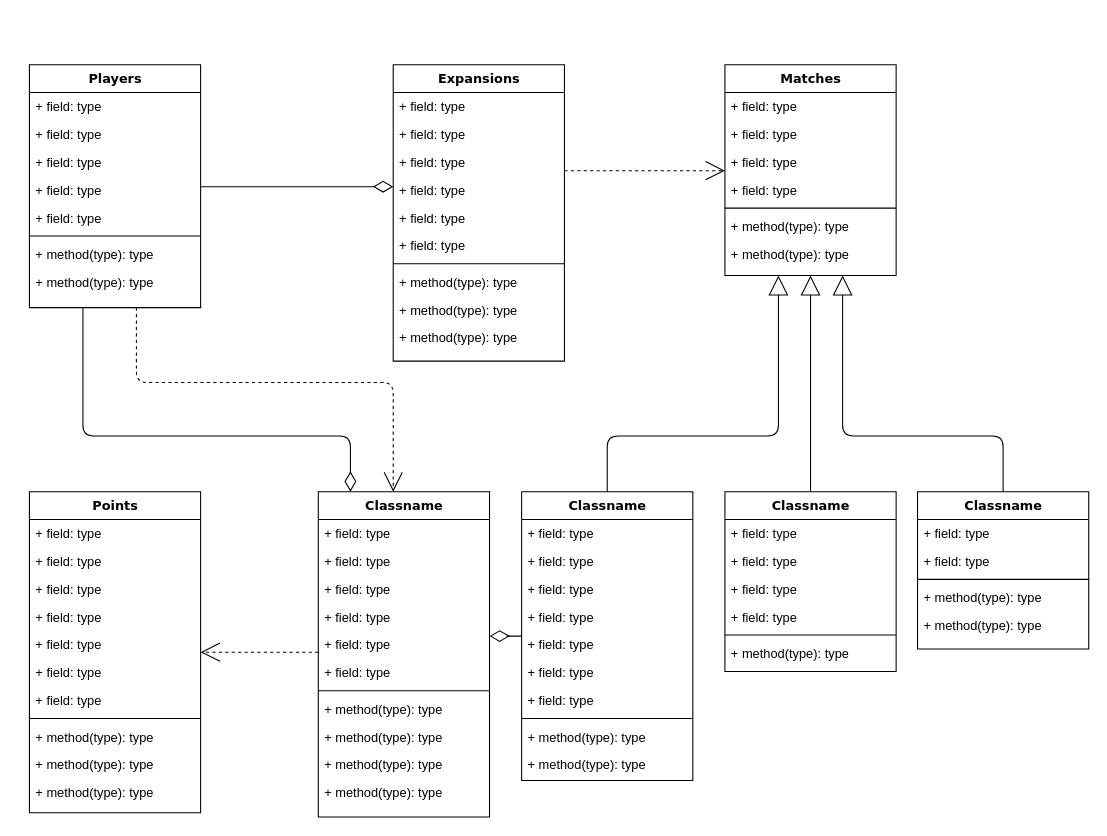
Earlier version of the draw.io diagram Diagrams/BaseDesign.drawio (oja89/BoardGameTracker). Source tidied: cells renumbered, new cells numbered last; positions are measured from the earlier drawing's top-left corner, leaving out a move shared by most shapes. Both pictures are drawn from the tidied source at 107%, with x=0, y=0 at pixel (29, 64).
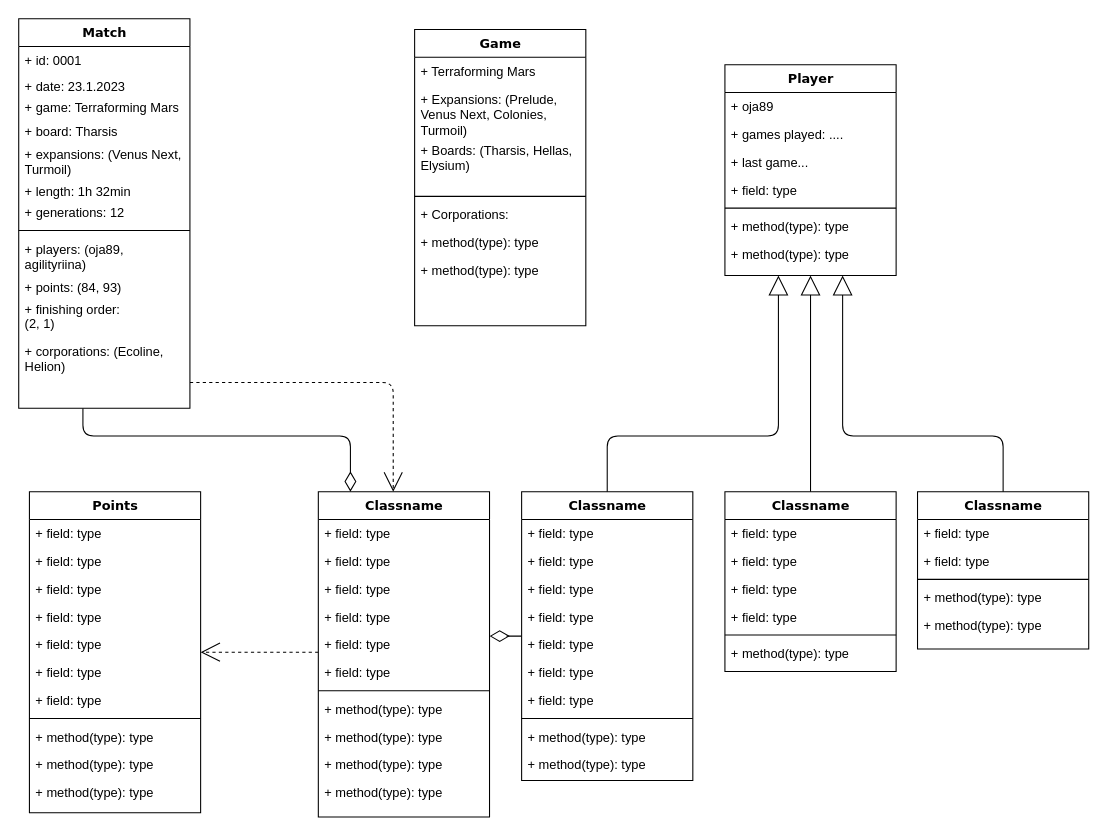
Above is the later version.

What changed in the source:
```diff
@@
-    <mxCell id="4" value="Players" style="swimlane;html=1;fontStyle=1;align=center;verticalAlign=top;horizontal=1;startSize=26;swimlaneFillColor=#ffffff;rounded=0;shadow=0;comic=0;labelBackgroundColor=none;strokeWidth=1;fillColor=none;fontFamily=Verdana;fontSize=12;" parent="1" vertex="1">
-      <mxGeometry width="160" height="227" as="geometry" />
+    <mxCell id="4" value="Match" style="swimlane;html=1;fontStyle=1;align=center;verticalAlign=top;horizontal=1;startSize=26;swimlaneFillColor=#ffffff;rounded=0;shadow=0;comic=0;labelBackgroundColor=none;strokeWidth=1;fillColor=none;fontFamily=Verdana;fontSize=12;" parent="1" vertex="1">
+      <mxGeometry x="-10" y="-43" width="160" height="364" as="geometry" />
     </mxCell>
-    <mxCell id="5" value="+ field: type" style="text;html=1;strokeColor=none;fillColor=none;align=left;verticalAlign=top;spacingLeft=4;spacingRight=4;whiteSpace=wrap;overflow=hidden;" parent="4" vertex="1">
-      <mxGeometry y="26" width="160" height="26" as="geometry" />
+    <mxCell id="5" value="+ id: 0001" style="text;html=1;strokeColor=none;fillColor=none;align=left;verticalAlign=top;spacingLeft=4;spacingRight=4;whiteSpace=wrap;overflow=hidden;" parent="4" vertex="1">
+      <mxGeometry y="26" width="160" height="24" as="geometry" />
     </mxCell>
-    <mxCell id="6" value="+ field: type" style="text;html=1;strokeColor=none;fillColor=none;align=left;verticalAlign=top;spacingLeft=4;spacingRight=4;whiteSpace=wrap;overflow=hidden;" parent="4" vertex="1">
-      <mxGeometry y="52" width="160" height="26" as="geometry" />
+    <mxCell id="6" value="+ date: 23.1.2023" style="text;html=1;strokeColor=none;fillColor=none;align=left;verticalAlign=top;spacingLeft=4;spacingRight=4;whiteSpace=wrap;overflow=hidden;" parent="4" vertex="1">
+      <mxGeometry y="50" width="160" height="20" as="geometry" />
     </mxCell>
-    <mxCell id="7" value="+ field: type" style="text;html=1;strokeColor=none;fillColor=none;align=left;verticalAlign=top;spacingLeft=4;spacingRight=4;whiteSpace=wrap;overflow=hidden;" parent="4" vertex="1">
-      <mxGeometry y="78" width="160" height="26" as="geometry" />
+    <mxCell id="7" value="+ game: Terraforming Mars" style="text;html=1;strokeColor=none;fillColor=none;align=left;verticalAlign=top;spacingLeft=4;spacingRight=4;whiteSpace=wrap;overflow=hidden;" parent="4" vertex="1">
+      <mxGeometry y="70" width="160" height="22" as="geometry" />
     </mxCell>
-    <mxCell id="8" value="+ field: type" style="text;html=1;strokeColor=none;fillColor=none;align=left;verticalAlign=top;spacingLeft=4;spacingRight=4;whiteSpace=wrap;overflow=hidden;" parent="4" vertex="1">
-      <mxGeometry y="104" width="160" height="26" as="geometry" />
-    </mxCell>
-    <mxCell id="9" value="+ field: type" style="text;html=1;strokeColor=none;fillColor=none;align=left;verticalAlign=top;spacingLeft=4;spacingRight=4;whiteSpace=wrap;overflow=hidden;" parent="4" vertex="1">
-      <mxGeometry y="130" width="160" height="26" as="geometry" />
-    </mxCell>
+    <mxCell id="12" value="&lt;div&gt;+ board: Tharsis&lt;/div&gt;" style="text;html=1;strokeColor=none;fillColor=none;align=left;verticalAlign=top;spacingLeft=4;spacingRight=4;whiteSpace=wrap;overflow=hidden;" parent="4" vertex="1">
+      <mxGeometry y="92" width="160" height="22" as="geometry" />
+    </mxCell>
+    <mxCell id="87" value="&lt;div&gt;+ expansions: (Venus Next, Turmoil)&lt;br&gt;&lt;/div&gt;" style="text;html=1;strokeColor=none;fillColor=none;align=left;verticalAlign=top;spacingLeft=4;spacingRight=4;whiteSpace=wrap;overflow=hidden;" parent="4" vertex="1">
+      <mxGeometry y="114" width="160" height="34" as="geometry" />
+    </mxCell>
+    <mxCell id="88" value="+ length: 1h 32min" style="text;html=1;strokeColor=none;fillColor=none;align=left;verticalAlign=top;spacingLeft=4;spacingRight=4;whiteSpace=wrap;overflow=hidden;" parent="4" vertex="1">
+      <mxGeometry y="148" width="160" height="20" as="geometry" />
+    </mxCell>
+    <mxCell id="89" value="&lt;div&gt;+ generations: 12&lt;br&gt;&lt;/div&gt;" style="text;html=1;strokeColor=none;fillColor=none;align=left;verticalAlign=top;spacingLeft=4;spacingRight=4;whiteSpace=wrap;overflow=hidden;" parent="4" vertex="1">
+      <mxGeometry y="168" width="160" height="26" as="geometry" />
+    </mxCell>
     <mxCell id="10" style="line;html=1;strokeWidth=1;fillColor=none;align=left;verticalAlign=middle;spacingTop=-1;spacingLeft=3;spacingRight=3;labelPosition=right;" parent="4" vertex="1">
-      <mxGeometry y="156" width="160" height="8" as="geometry" />
+      <mxGeometry y="194" width="160" height="8" as="geometry" />
     </mxCell>
-    <mxCell id="11" value="+ method(type): type" style="text;html=1;strokeColor=none;fillColor=none;align=left;verticalAlign=top;spacingLeft=4;spacingRight=4;whiteSpace=wrap;overflow=hidden;" parent="4" vertex="1">
-      <mxGeometry y="164" width="160" height="26" as="geometry" />
-    </mxCell>
-    <mxCell id="12" value="+ method(type): type" style="text;html=1;strokeColor=none;fillColor=none;align=left;verticalAlign=top;spacingLeft=4;spacingRight=4;whiteSpace=wrap;overflow=hidden;" parent="4" vertex="1">
-      <mxGeometry y="190" width="160" height="26" as="geometry" />
-    </mxCell>
-    <mxCell id="13" style="edgeStyle=elbowEdgeStyle;html=1;labelBackgroundColor=none;startFill=0;startSize=8;endArrow=open;endFill=0;endSize=16;fontFamily=Verdana;fontSize=12;elbow=vertical;dashed=1;" parent="1" edge="1" source="14" target="25">
-      <mxGeometry relative="1" as="geometry" />
-    </mxCell>
+    <mxCell id="90" value="+ players: (oja89, agilityriina)" style="text;html=1;strokeColor=none;fillColor=none;align=left;verticalAlign=top;spacingLeft=4;spacingRight=4;whiteSpace=wrap;overflow=hidden;" parent="4" vertex="1">
+      <mxGeometry y="202" width="160" height="36" as="geometry" />
+    </mxCell>
+    <mxCell id="91" value="+ points: (84, 93)" style="text;html=1;strokeColor=none;fillColor=none;align=left;verticalAlign=top;spacingLeft=4;spacingRight=4;whiteSpace=wrap;overflow=hidden;" parent="4" vertex="1">
+      <mxGeometry y="238" width="160" height="20" as="geometry" />
+    </mxCell>
+    <mxCell id="92" value="&lt;div&gt;+ finishing order:&lt;/div&gt;&lt;div&gt;(2, 1)&lt;br&gt;&lt;/div&gt;" style="text;html=1;strokeColor=none;fillColor=none;align=left;verticalAlign=top;spacingLeft=4;spacingRight=4;whiteSpace=wrap;overflow=hidden;" parent="4" vertex="1">
+      <mxGeometry y="258" width="160" height="40" as="geometry" />
+    </mxCell>
+    <mxCell id="93" value="+ corporations: (Ecoline, Helion)" style="text;html=1;strokeColor=none;fillColor=none;align=left;verticalAlign=top;spacingLeft=4;spacingRight=4;whiteSpace=wrap;overflow=hidden;" parent="4" vertex="1">
+      <mxGeometry y="298" width="160" height="40" as="geometry" />
+    </mxCell>
-    <mxCell id="14" value="Expansions" style="swimlane;html=1;fontStyle=1;align=center;verticalAlign=top;horizontal=1;startSize=26;swimlaneFillColor=#ffffff;rounded=0;shadow=0;comic=0;labelBackgroundColor=none;strokeWidth=1;fillColor=none;fontFamily=Verdana;fontSize=12;" parent="1" vertex="1">
-      <mxGeometry x="340" width="160" height="277" as="geometry" />
+    <mxCell id="14" value="Game" style="swimlane;html=1;fontStyle=1;align=center;verticalAlign=top;horizontal=1;startSize=26;swimlaneFillColor=#ffffff;rounded=0;shadow=0;comic=0;labelBackgroundColor=none;strokeWidth=1;fillColor=none;fontFamily=Verdana;fontSize=12;" parent="1" vertex="1">
+      <mxGeometry x="360" y="-33" width="160" height="277" as="geometry" />
     </mxCell>
-    <mxCell id="15" value="+ field: type" style="text;html=1;strokeColor=none;fillColor=none;align=left;verticalAlign=top;spacingLeft=4;spacingRight=4;whiteSpace=wrap;overflow=hidden;" parent="14" vertex="1">
+    <mxCell id="15" value="+ Terraforming Mars" style="text;html=1;strokeColor=none;fillColor=none;align=left;verticalAlign=top;spacingLeft=4;spacingRight=4;whiteSpace=wrap;overflow=hidden;" parent="14" vertex="1">
       <mxGeometry y="26" width="160" height="26" as="geometry" />
     </mxCell>
-    <mxCell id="16" value="+ field: type" style="text;html=1;strokeColor=none;fillColor=none;align=left;verticalAlign=top;spacingLeft=4;spacingRight=4;whiteSpace=wrap;overflow=hidden;" parent="14" vertex="1">
-      <mxGeometry y="52" width="160" height="26" as="geometry" />
+    <mxCell id="16" value="+ Expansions: (Prelude, Venus Next, Colonies, Turmoil)" style="text;html=1;strokeColor=none;fillColor=none;align=left;verticalAlign=top;spacingLeft=4;spacingRight=4;whiteSpace=wrap;overflow=hidden;" parent="14" vertex="1">
+      <mxGeometry y="52" width="160" height="48" as="geometry" />
     </mxCell>
-    <mxCell id="17" value="+ field: type" style="text;html=1;strokeColor=none;fillColor=none;align=left;verticalAlign=top;spacingLeft=4;spacingRight=4;whiteSpace=wrap;overflow=hidden;" parent="14" vertex="1">
-      <mxGeometry y="78" width="160" height="26" as="geometry" />
-    </mxCell>
-    <mxCell id="18" value="+ field: type" style="text;html=1;strokeColor=none;fillColor=none;align=left;verticalAlign=top;spacingLeft=4;spacingRight=4;whiteSpace=wrap;overflow=hidden;" parent="14" vertex="1">
-      <mxGeometry y="104" width="160" height="26" as="geometry" />
-    </mxCell>
-    <mxCell id="19" value="+ field: type" style="text;html=1;strokeColor=none;fillColor=none;align=left;verticalAlign=top;spacingLeft=4;spacingRight=4;whiteSpace=wrap;overflow=hidden;" parent="14" vertex="1">
-      <mxGeometry y="130" width="160" height="26" as="geometry" />
-    </mxCell>
-    <mxCell id="20" value="+ field: type" style="text;html=1;strokeColor=none;fillColor=none;align=left;verticalAlign=top;spacingLeft=4;spacingRight=4;whiteSpace=wrap;overflow=hidden;" parent="14" vertex="1">
-      <mxGeometry y="156" width="160" height="26" as="geometry" />
+    <mxCell id="20" value="+ Boards: (Tharsis, Hellas, Elysium)" style="text;html=1;strokeColor=none;fillColor=none;align=left;verticalAlign=top;spacingLeft=4;spacingRight=4;whiteSpace=wrap;overflow=hidden;" parent="14" vertex="1">
+      <mxGeometry y="100" width="160" height="52" as="geometry" />
     </mxCell>
     <mxCell id="21" style="line;html=1;strokeWidth=1;fillColor=none;align=left;verticalAlign=middle;spacingTop=-1;spacingLeft=3;spacingRight=3;labelPosition=right;" parent="14" vertex="1">
-      <mxGeometry y="182" width="160" height="8" as="geometry" />
+      <mxGeometry y="152" width="160" height="8" as="geometry" />
     </mxCell>
-    <mxCell id="22" value="+ method(type): type" style="text;html=1;strokeColor=none;fillColor=none;align=left;verticalAlign=top;spacingLeft=4;spacingRight=4;whiteSpace=wrap;overflow=hidden;" parent="14" vertex="1">
-      <mxGeometry y="190" width="160" height="26" as="geometry" />
+    <mxCell id="22" value="+ Corporations:" style="text;html=1;strokeColor=none;fillColor=none;align=left;verticalAlign=top;spacingLeft=4;spacingRight=4;whiteSpace=wrap;overflow=hidden;" parent="14" vertex="1">
+      <mxGeometry y="160" width="160" height="26" as="geometry" />
     </mxCell>
     <mxCell id="23" value="+ method(type): type" style="text;html=1;strokeColor=none;fillColor=none;align=left;verticalAlign=top;spacingLeft=4;spacingRight=4;whiteSpace=wrap;overflow=hidden;" parent="14" vertex="1">
-      <mxGeometry y="216" width="160" height="26" as="geometry" />
+      <mxGeometry y="186" width="160" height="26" as="geometry" />
     </mxCell>
     <mxCell id="24" value="+ method(type): type" style="text;html=1;strokeColor=none;fillColor=none;align=left;verticalAlign=top;spacingLeft=4;spacingRight=4;whiteSpace=wrap;overflow=hidden;" parent="14" vertex="1">
-      <mxGeometry y="242" width="160" height="26" as="geometry" />
+      <mxGeometry y="212" width="160" height="26" as="geometry" />
     </mxCell>
-    <mxCell id="25" value="Matches" style="swimlane;html=1;fontStyle=1;align=center;verticalAlign=top;horizontal=1;startSize=26;swimlaneFillColor=#ffffff;rounded=0;shadow=0;comic=0;labelBackgroundColor=none;strokeWidth=1;fillColor=none;fontFamily=Verdana;fontSize=12;" parent="1" vertex="1">
+    <mxCell id="25" value="Player" style="swimlane;html=1;fontStyle=1;align=center;verticalAlign=top;horizontal=1;startSize=26;swimlaneFillColor=#ffffff;rounded=0;shadow=0;comic=0;labelBackgroundColor=none;strokeWidth=1;fillColor=none;fontFamily=Verdana;fontSize=12;" parent="1" vertex="1">
       <mxGeometry x="650" width="160" height="197" as="geometry" />
     </mxCell>
-    <mxCell id="26" value="+ field: type" style="text;html=1;strokeColor=none;fillColor=none;align=left;verticalAlign=top;spacingLeft=4;spacingRight=4;whiteSpace=wrap;overflow=hidden;" parent="25" vertex="1">
+    <mxCell id="26" value="+ oja89" style="text;html=1;strokeColor=none;fillColor=none;align=left;verticalAlign=top;spacingLeft=4;spacingRight=4;whiteSpace=wrap;overflow=hidden;" parent="25" vertex="1">
       <mxGeometry y="26" width="160" height="26" as="geometry" />
     </mxCell>
-    <mxCell id="27" value="+ field: type" style="text;html=1;strokeColor=none;fillColor=none;align=left;verticalAlign=top;spacingLeft=4;spacingRight=4;whiteSpace=wrap;overflow=hidden;" parent="25" vertex="1">
+    <mxCell id="27" value="+ games played: ...." style="text;html=1;strokeColor=none;fillColor=none;align=left;verticalAlign=top;spacingLeft=4;spacingRight=4;whiteSpace=wrap;overflow=hidden;" parent="25" vertex="1">
       <mxGeometry y="52" width="160" height="26" as="geometry" />
     </mxCell>
-    <mxCell id="28" value="+ field: type" style="text;html=1;strokeColor=none;fillColor=none;align=left;verticalAlign=top;spacingLeft=4;spacingRight=4;whiteSpace=wrap;overflow=hidden;" parent="25" vertex="1">
+    <mxCell id="28" value="+ last game..." style="text;html=1;strokeColor=none;fillColor=none;align=left;verticalAlign=top;spacingLeft=4;spacingRight=4;whiteSpace=wrap;overflow=hidden;" parent="25" vertex="1">
       <mxGeometry y="78" width="160" height="26" as="geometry" />
     </mxCell>
@@
-    <mxCell id="86" style="edgeStyle=elbowEdgeStyle;html=1;labelBackgroundColor=none;startFill=0;startSize=8;endArrow=diamondThin;endFill=0;endSize=16;fontFamily=Verdana;fontSize=12;elbow=vertical;" parent="1" edge="1" source="4" target="14">
-      <mxGeometry relative="1" as="geometry" />
-    </mxCell>
```
